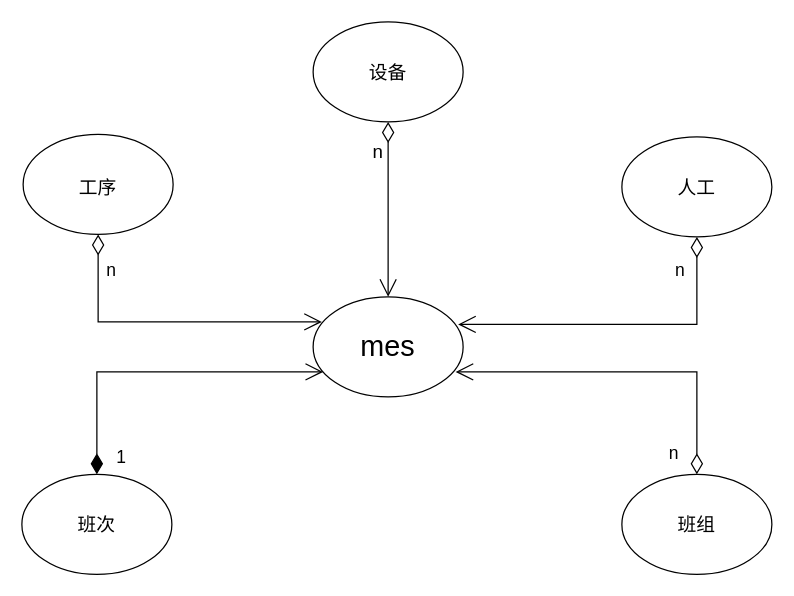
Earlier version of the draw.io diagram 关联关系.drawio (KNAI-I/test). Source tidied: cells renumbered, new cells numbered last; positions are measured from the earlier drawing's top-left corner, leaving out a move shared by most shapes. Both pictures are drawn from the tidied source at 125%, with x=0, y=0 at pixel (21, 21).
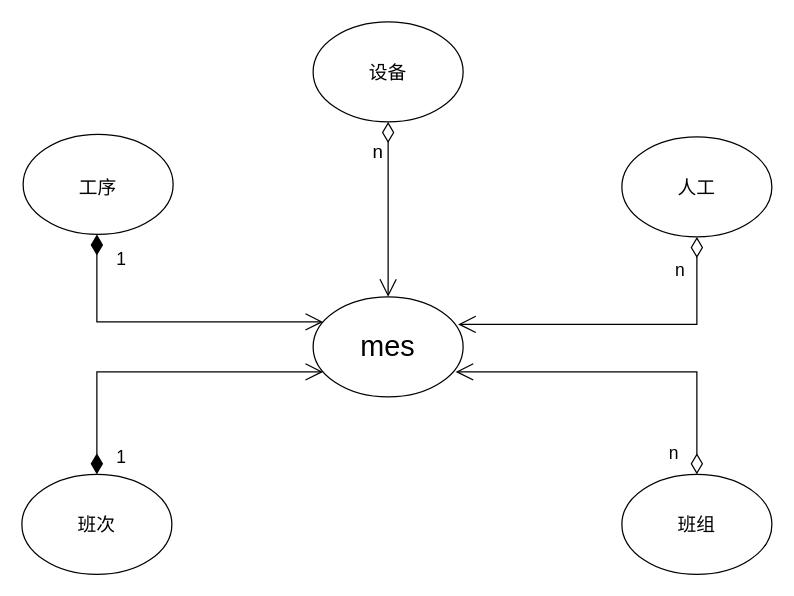
The same page after the edit.

Commit message (it also covers changes not shown here):
更新关联关系.drawio

Unchanged cells that the change refers to:
```xml
<mxCell id="3" value="&lt;font style=&quot;font-size: 15px;&quot;&gt;工序&lt;/font&gt;" style="ellipse;whiteSpace=wrap;html=1;fontSize=23;" parent="1" vertex="1">
  <mxGeometry x="1" y="90" width="120" height="80" as="geometry" />
</mxCell>
```

The edit, as a diff of the source:
```diff
@@
-    <mxCell id="10" style="endArrow=open;html=1;endSize=12;startArrow=diamondThin;startSize=14;startFill=0;edgeStyle=orthogonalEdgeStyle;rounded=0;exitX=0.5;exitY=1;exitDx=0;exitDy=0;entryX=0;entryY=0.5;entryDx=0;entryDy=0;" parent="1" edge="1" source="3">
-      <mxGeometry relative="1" as="geometry">
-        <mxPoint x="240" y="240" as="targetPoint" />
-        <Array as="points">
-          <mxPoint x="61" y="240" />
-        </Array>
-      </mxGeometry>
-    </mxCell>
-    <mxCell id="11" value="&lt;font style=&quot;font-size: 14px;&quot;&gt;n&lt;/font&gt;" style="edgeLabel;html=1;align=left;verticalAlign=top;" parent="10" vertex="1">
-      <mxGeometry x="-1" relative="1" as="geometry">
-        <mxPoint x="5" y="14" as="offset" />
-      </mxGeometry>
-    </mxCell>
@@
+    <mxCell id="17" value="1" style="endArrow=open;html=1;endSize=12;startArrow=diamondThin;startSize=14;startFill=1;edgeStyle=orthogonalEdgeStyle;align=left;verticalAlign=bottom;rounded=0;fontSize=14;exitX=0.492;exitY=1;exitDx=0;exitDy=0;exitPerimeter=0;" parent="1" edge="1">
+      <mxGeometry x="-0.75" y="14" relative="1" as="geometry">
+        <mxPoint x="60" y="170" as="sourcePoint" />
+        <mxPoint x="241" y="240" as="targetPoint" />
+        <Array as="points">
+          <mxPoint x="60" y="240" />
+        </Array>
+      </mxGeometry>
+    </mxCell>
```
